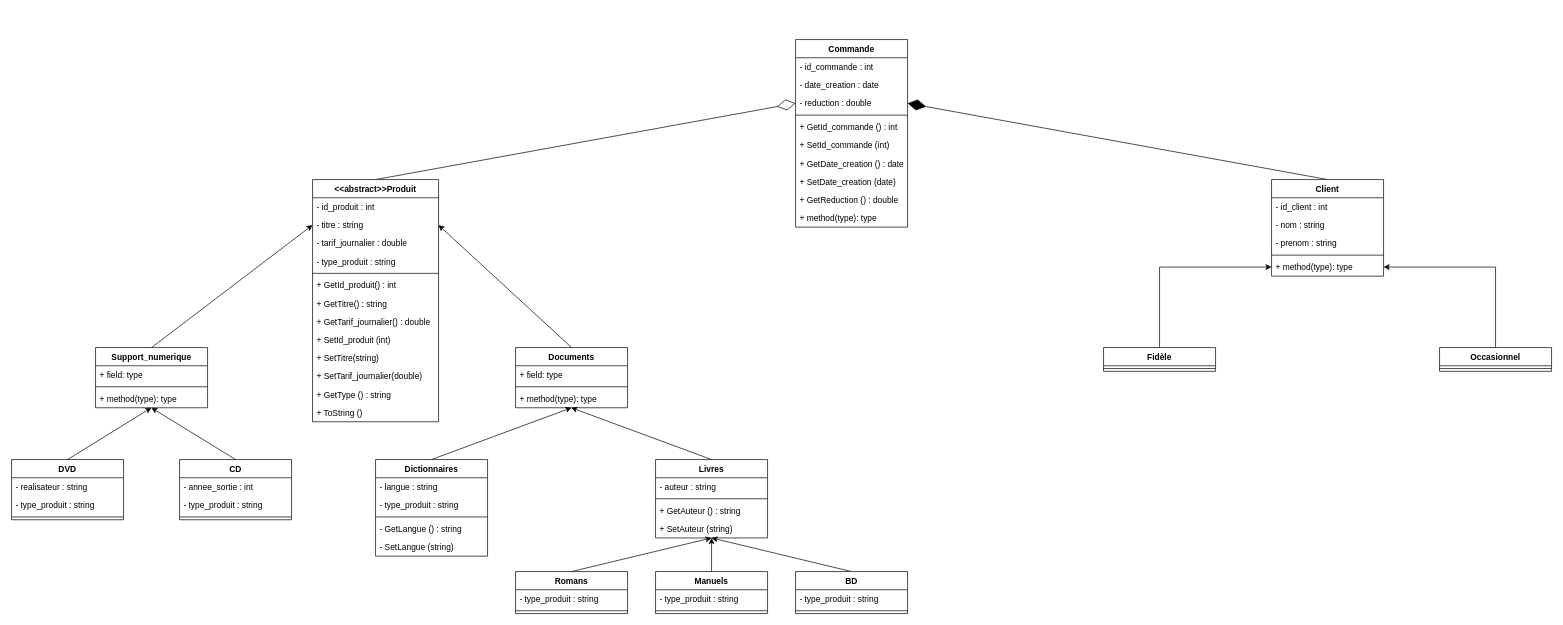
Harsisis/Java_project keeps this draw.io diagram as UML.drawio. Above is the earlier version. Source tidied: cells renumbered, new cells numbered last; positions are measured from the earlier drawing's top-left corner, leaving out a move shared by most shapes. Both pictures are drawn from the tidied source at 70%, with x=0, y=0 at pixel (11, 39).
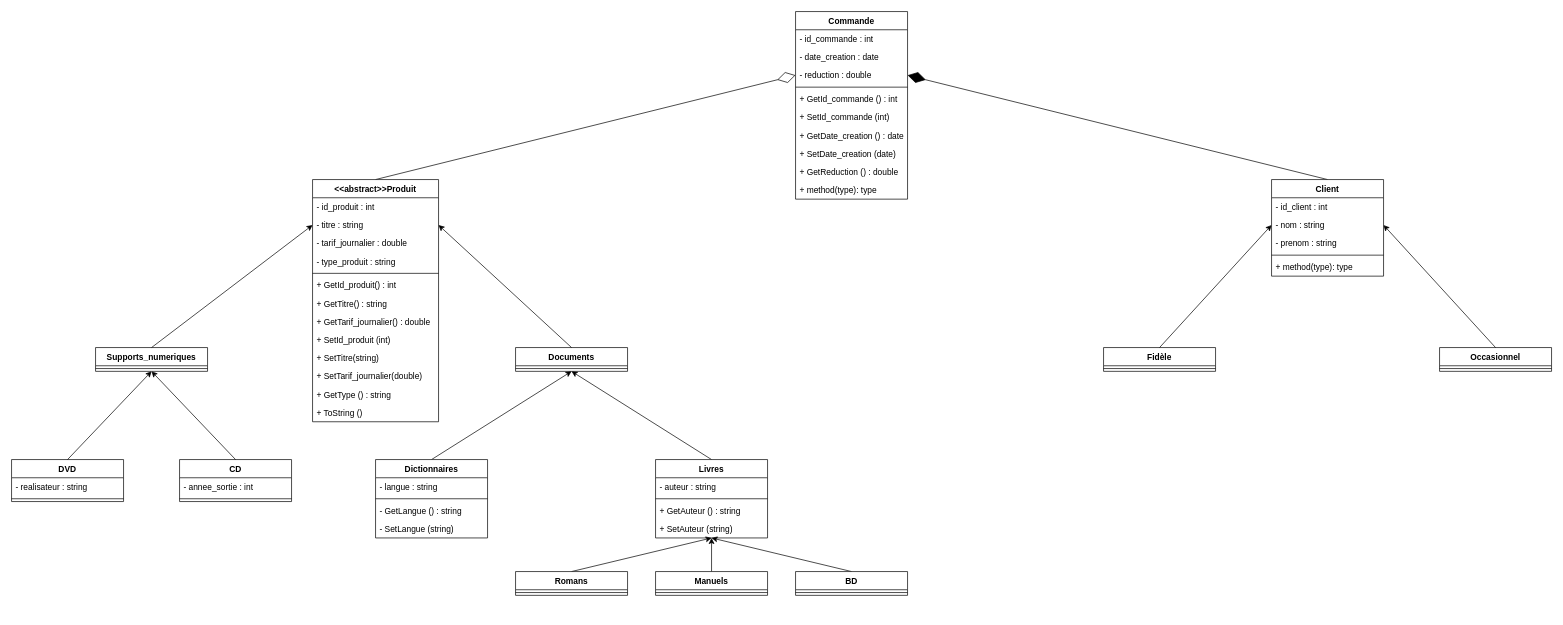
The same page after the edit.

Unchanged cells that the change refers to:
```xml
<mxCell id="78" value="- nom : string" style="text;strokeColor=none;fillColor=none;align=left;verticalAlign=top;spacingLeft=4;spacingRight=4;overflow=hidden;points=[[0,0.5],[1,0.5]];portConstraint=eastwest;" parent="76" vertex="1">
  <mxGeometry y="52" width="160" height="26" as="geometry" />
</mxCell>
<mxCell id="81" value="+ method(type): type" style="text;strokeColor=none;fillColor=none;align=left;verticalAlign=top;spacingLeft=4;spacingRight=4;overflow=hidden;points=[[0,0.5],[1,0.5]];portConstraint=eastwest;" parent="76" vertex="1">
  <mxGeometry y="112" width="160" height="26" as="geometry" />
</mxCell>
<mxCell id="82" value="Fidèle" style="swimlane;fontStyle=1;align=center;verticalAlign=top;horizontal=1;startSize=26;" parent="1" vertex="1">
  <mxGeometry x="1560" y="440" width="160" height="34" as="geometry" />
</mxCell>
<mxCell id="84" value="Occasionnel" style="swimlane;fontStyle=1;align=center;verticalAlign=top;horizontal=1;startSize=26;" parent="1" vertex="1">
  <mxGeometry x="2040" y="440" width="160" height="34" as="geometry" />
</mxCell>
```

What changed in the source:
```diff
@@
     <mxCell id="2" value="DVD" style="swimlane;fontStyle=1;align=center;verticalAlign=top;horizontal=1;startSize=26;" parent="1" vertex="1">
-      <mxGeometry y="600" width="160" height="86" as="geometry" />
+      <mxGeometry y="600" width="160" height="60" as="geometry" />
     </mxCell>
@@
-    <mxCell id="4" value="- type_produit : string" style="text;strokeColor=none;fillColor=none;align=left;verticalAlign=top;spacingLeft=4;spacingRight=4;overflow=hidden;" parent="2" vertex="1">
-      <mxGeometry y="52" width="160" height="26" as="geometry" />
-    </mxCell>
     <mxCell id="5" style="line;strokeWidth=1;fillColor=none;align=left;verticalAlign=middle;spacingTop=-1;spacingLeft=3;spacingRight=3;labelPosition=right;" parent="2" vertex="1">
-      <mxGeometry y="78" width="160" height="8" as="geometry" />
+      <mxGeometry y="52" width="160" height="8" as="geometry" />
     </mxCell>
     <mxCell id="6" value="CD" style="swimlane;fontStyle=1;align=center;verticalAlign=top;horizontal=1;startSize=26;" parent="1" vertex="1">
-      <mxGeometry x="240" y="600" width="160" height="86" as="geometry" />
+      <mxGeometry x="240" y="600" width="160" height="60" as="geometry" />
     </mxCell>
@@
-    <mxCell id="8" value="- type_produit : string" style="text;strokeColor=none;fillColor=none;align=left;verticalAlign=top;spacingLeft=4;spacingRight=4;overflow=hidden;" parent="6" vertex="1">
-      <mxGeometry y="52" width="160" height="26" as="geometry" />
-    </mxCell>
     <mxCell id="9" style="line;strokeWidth=1;fillColor=none;align=left;verticalAlign=middle;spacingTop=-1;spacingLeft=3;spacingRight=3;labelPosition=right;" parent="6" vertex="1">
-      <mxGeometry y="78" width="160" height="8" as="geometry" />
+      <mxGeometry y="52" width="160" height="8" as="geometry" />
     </mxCell>
-    <mxCell id="10" value="Support_numerique" style="swimlane;fontStyle=1;align=center;verticalAlign=top;horizontal=1;startSize=26;" parent="1" vertex="1">
-      <mxGeometry x="120" y="440" width="160" height="86" as="geometry" />
+    <mxCell id="10" value="Supports_numeriques" style="swimlane;fontStyle=1;align=center;verticalAlign=top;horizontal=1;startSize=26;" parent="1" vertex="1">
+      <mxGeometry x="120" y="440" width="160" height="34" as="geometry" />
     </mxCell>
-    <mxCell id="11" value="+ field: type" style="text;strokeColor=none;fillColor=none;align=left;verticalAlign=top;spacingLeft=4;spacingRight=4;overflow=hidden;" parent="10" vertex="1">
-      <mxGeometry y="26" width="160" height="26" as="geometry" />
-    </mxCell>
     <mxCell id="12" style="line;strokeWidth=1;fillColor=none;align=left;verticalAlign=middle;spacingTop=-1;spacingLeft=3;spacingRight=3;labelPosition=right;" parent="10" vertex="1">
-      <mxGeometry y="52" width="160" height="8" as="geometry" />
+      <mxGeometry y="26" width="160" height="8" as="geometry" />
     </mxCell>
-    <mxCell id="13" value="+ method(type): type" style="text;strokeColor=none;fillColor=none;align=left;verticalAlign=top;spacingLeft=4;spacingRight=4;overflow=hidden;" parent="10" vertex="1">
-      <mxGeometry y="60" width="160" height="26" as="geometry" />
-    </mxCell>
     <mxCell id="14" value="Documents" style="swimlane;fontStyle=1;align=center;verticalAlign=top;horizontal=1;startSize=26;" parent="1" vertex="1">
-      <mxGeometry x="720" y="440" width="160" height="86" as="geometry" />
+      <mxGeometry x="720" y="440" width="160" height="34" as="geometry" />
     </mxCell>
-    <mxCell id="15" value="+ field: type" style="text;strokeColor=none;fillColor=none;align=left;verticalAlign=top;spacingLeft=4;spacingRight=4;overflow=hidden;" parent="14" vertex="1">
-      <mxGeometry y="26" width="160" height="26" as="geometry" />
-    </mxCell>
     <mxCell id="16" style="line;strokeWidth=1;fillColor=none;align=left;verticalAlign=middle;spacingTop=-1;spacingLeft=3;spacingRight=3;labelPosition=right;" parent="14" vertex="1">
-      <mxGeometry y="52" width="160" height="8" as="geometry" />
+      <mxGeometry y="26" width="160" height="8" as="geometry" />
     </mxCell>
-    <mxCell id="17" value="+ method(type): type" style="text;strokeColor=none;fillColor=none;align=left;verticalAlign=top;spacingLeft=4;spacingRight=4;overflow=hidden;points=[[0,0.5],[1,0.5]];portConstraint=eastwest;" parent="14" vertex="1">
-      <mxGeometry y="60" width="160" height="26" as="geometry" />
-    </mxCell>
@@
-    <mxCell id="21" style="endArrow=classic;html=1;entryX=0.497;entryY=0.998;entryDx=0;entryDy=0;entryPerimeter=0;exitX=0.5;exitY=0;exitDx=0;exitDy=0;" parent="1" edge="1" source="57" target="17">
+    <mxCell id="21" style="endArrow=classic;html=1;entryX=0.5;entryY=1;entryDx=0;entryDy=0;exitX=0.5;exitY=0;exitDx=0;exitDy=0;" parent="1" edge="1" source="57" target="14">
       <mxGeometry relative="1" as="geometry" />
     </mxCell>
-    <mxCell id="22" style="endArrow=classic;html=1;exitX=0.5;exitY=0;exitDx=0;exitDy=0;" parent="1" edge="1" source="48">
-      <mxGeometry relative="1" as="geometry">
-        <mxPoint x="1000" y="712" as="targetPoint" />
-      </mxGeometry>
+    <mxCell id="22" style="endArrow=classic;html=1;exitX=0.5;exitY=0;exitDx=0;exitDy=0;entryX=0.5;entryY=1;entryDx=0;entryDy=0;" parent="1" edge="1" source="48" target="57">
+      <mxGeometry relative="1" as="geometry" />
     </mxCell>
@@
-    <mxCell id="24" style="endArrow=classic;html=1;exitX=0.5;exitY=0;exitDx=0;exitDy=0;" parent="1" edge="1" source="54">
-      <mxGeometry relative="1" as="geometry">
-        <mxPoint x="1000" y="712" as="targetPoint" />
-      </mxGeometry>
+    <mxCell id="24" style="endArrow=classic;html=1;exitX=0.5;exitY=0;exitDx=0;exitDy=0;entryX=0.5;entryY=1;entryDx=0;entryDy=0;" parent="1" edge="1" source="54" target="57">
+      <mxGeometry relative="1" as="geometry" />
     </mxCell>
-    <mxCell id="25" style="endArrow=classic;html=1;exitX=0.5;exitY=0;exitDx=0;exitDy=0;entryX=0.5;entryY=1;entryDx=0;entryDy=0;" parent="1" edge="1" source="6">
-      <mxGeometry relative="1" as="geometry">
-        <mxPoint x="199.8" y="526" as="targetPoint" />
-      </mxGeometry>
+    <mxCell id="25" style="endArrow=classic;html=1;exitX=0.5;exitY=0;exitDx=0;exitDy=0;entryX=0.5;entryY=1;entryDx=0;entryDy=0;" parent="1" edge="1" source="6" target="10">
+      <mxGeometry relative="1" as="geometry" />
     </mxCell>
-    <mxCell id="26" style="endArrow=classic;html=1;exitX=0.5;exitY=0;exitDx=0;exitDy=0;entryX=0.5;entryY=1;entryDx=0;entryDy=0;" parent="1" edge="1" source="2">
-      <mxGeometry relative="1" as="geometry">
-        <mxPoint x="199.8" y="526" as="targetPoint" />
-      </mxGeometry>
+    <mxCell id="26" style="endArrow=classic;html=1;exitX=0.5;exitY=0;exitDx=0;exitDy=0;entryX=0.5;entryY=1;entryDx=0;entryDy=0;" parent="1" edge="1" source="2" target="10">
+      <mxGeometry relative="1" as="geometry" />
     </mxCell>
-    <mxCell id="27" value="Commande" style="swimlane;fontStyle=1;align=center;verticalAlign=top;horizontal=1;startSize=26;" parent="1" vertex="1">
-      <mxGeometry x="1120" width="160" height="268" as="geometry" />
-    </mxCell>
-    <mxCell id="28" value="- id_commande : int" style="text;strokeColor=none;fillColor=none;align=left;verticalAlign=top;spacingLeft=4;spacingRight=4;overflow=hidden;" parent="27" vertex="1">
-      <mxGeometry y="26" width="160" height="26" as="geometry" />
-    </mxCell>
-    <mxCell id="29" value="- date_creation : date" style="text;strokeColor=none;fillColor=none;align=left;verticalAlign=top;spacingLeft=4;spacingRight=4;overflow=hidden;" parent="27" vertex="1">
-      <mxGeometry y="52" width="160" height="26" as="geometry" />
-    </mxCell>
-    <mxCell id="30" value="- reduction : double" style="text;strokeColor=none;fillColor=none;align=left;verticalAlign=top;spacingLeft=4;spacingRight=4;overflow=hidden;points=[[0,0.5],[1,0.5]];portConstraint=eastwest;" parent="27" vertex="1">
-      <mxGeometry y="78" width="160" height="26" as="geometry" />
-    </mxCell>
-    <mxCell id="31" style="line;strokeWidth=1;fillColor=none;align=left;verticalAlign=middle;spacingTop=-1;spacingLeft=3;spacingRight=3;labelPosition=right;" parent="27" vertex="1">
-      <mxGeometry y="104" width="160" height="8" as="geometry" />
-    </mxCell>
-    <mxCell id="32" value="+ GetId_commande () : int" style="text;strokeColor=none;fillColor=none;align=left;verticalAlign=top;spacingLeft=4;spacingRight=4;overflow=hidden;" parent="27" vertex="1">
-      <mxGeometry y="112" width="160" height="26" as="geometry" />
-    </mxCell>
-    <mxCell id="33" value="+ SetId_commande (int)" style="text;strokeColor=none;fillColor=none;align=left;verticalAlign=top;spacingLeft=4;spacingRight=4;overflow=hidden;" parent="27" vertex="1">
-      <mxGeometry y="138" width="160" height="26" as="geometry" />
-    </mxCell>
-    <mxCell id="34" value="+ GetDate_creation () : date" style="text;strokeColor=none;fillColor=none;align=left;verticalAlign=top;spacingLeft=4;spacingRight=4;overflow=hidden;" parent="27" vertex="1">
-      <mxGeometry y="164" width="160" height="26" as="geometry" />
-    </mxCell>
-    <mxCell id="35" value="+ SetDate_creation (date)" style="text;strokeColor=none;fillColor=none;align=left;verticalAlign=top;spacingLeft=4;spacingRight=4;overflow=hidden;" parent="27" vertex="1">
-      <mxGeometry y="190" width="160" height="26" as="geometry" />
-    </mxCell>
-    <mxCell id="36" value="+ GetReduction () : double" style="text;strokeColor=none;fillColor=none;align=left;verticalAlign=top;spacingLeft=4;spacingRight=4;overflow=hidden;" parent="27" vertex="1">
-      <mxGeometry y="216" width="160" height="26" as="geometry" />
-    </mxCell>
-    <mxCell id="37" value="+ method(type): type" style="text;strokeColor=none;fillColor=none;align=left;verticalAlign=top;spacingLeft=4;spacingRight=4;overflow=hidden;" parent="27" vertex="1">
-      <mxGeometry y="242" width="160" height="26" as="geometry" />
-    </mxCell>
@@
-    <mxCell id="40" style="edgeStyle=orthogonalEdgeStyle;rounded=0;jettySize=auto;html=1;entryX=0;entryY=0.5;entryDx=0;entryDy=0;" parent="1" edge="1" source="82" target="81">
-      <mxGeometry relative="1" as="geometry" />
-    </mxCell>
-    <mxCell id="41" style="edgeStyle=orthogonalEdgeStyle;rounded=0;jettySize=auto;html=1;entryX=1;entryY=0.5;entryDx=0;entryDy=0;" parent="1" edge="1" source="84" target="81">
-      <mxGeometry relative="1" as="geometry" />
-    </mxCell>
     <mxCell id="42" value="Dictionnaires" style="swimlane;fontStyle=1;align=center;verticalAlign=top;horizontal=1;startSize=26;" parent="1" vertex="1">
-      <mxGeometry x="520" y="600" width="160" height="138" as="geometry" />
+      <mxGeometry x="520" y="600" width="160" height="112" as="geometry" />
     </mxCell>
@@
-    <mxCell id="44" value="- type_produit : string" style="text;strokeColor=none;fillColor=none;align=left;verticalAlign=top;spacingLeft=4;spacingRight=4;overflow=hidden;" parent="42" vertex="1">
-      <mxGeometry y="52" width="160" height="26" as="geometry" />
-    </mxCell>
     <mxCell id="45" style="line;strokeWidth=1;fillColor=none;align=left;verticalAlign=middle;spacingTop=-1;spacingLeft=3;spacingRight=3;labelPosition=right;" parent="42" vertex="1">
-      <mxGeometry y="78" width="160" height="8" as="geometry" />
+      <mxGeometry y="52" width="160" height="8" as="geometry" />
     </mxCell>
     <mxCell id="46" value="- GetLangue () : string" style="text;strokeColor=none;fillColor=none;align=left;verticalAlign=top;spacingLeft=4;spacingRight=4;overflow=hidden;" parent="42" vertex="1">
-      <mxGeometry y="86" width="160" height="26" as="geometry" />
+      <mxGeometry y="60" width="160" height="26" as="geometry" />
     </mxCell>
     <mxCell id="47" value="- SetLangue (string)" style="text;strokeColor=none;fillColor=none;align=left;verticalAlign=top;spacingLeft=4;spacingRight=4;overflow=hidden;" parent="42" vertex="1">
-      <mxGeometry y="112" width="160" height="26" as="geometry" />
+      <mxGeometry y="86" width="160" height="26" as="geometry" />
     </mxCell>
     <mxCell id="48" value="BD" style="swimlane;fontStyle=1;align=center;verticalAlign=top;horizontal=1;startSize=26;" parent="1" vertex="1">
-      <mxGeometry x="1120" y="760" width="160" height="60" as="geometry" />
+      <mxGeometry x="1120" y="760" width="160" height="34" as="geometry" />
     </mxCell>
-    <mxCell id="49" value="- type_produit : string" style="text;strokeColor=none;fillColor=none;align=left;verticalAlign=top;spacingLeft=4;spacingRight=4;overflow=hidden;" parent="48" vertex="1">
-      <mxGeometry y="26" width="160" height="26" as="geometry" />
-    </mxCell>
     <mxCell id="50" style="line;strokeWidth=1;fillColor=none;align=left;verticalAlign=middle;spacingTop=-1;spacingLeft=3;spacingRight=3;labelPosition=right;" parent="48" vertex="1">
-      <mxGeometry y="52" width="160" height="8" as="geometry" />
+      <mxGeometry y="26" width="160" height="8" as="geometry" />
     </mxCell>
     <mxCell id="51" value="Manuels" style="swimlane;fontStyle=1;align=center;verticalAlign=top;horizontal=1;startSize=26;" parent="1" vertex="1">
-      <mxGeometry x="920" y="760" width="160" height="60" as="geometry" />
+      <mxGeometry x="920" y="760" width="160" height="34" as="geometry" />
     </mxCell>
-    <mxCell id="52" value="- type_produit : string" style="text;strokeColor=none;fillColor=none;align=left;verticalAlign=top;spacingLeft=4;spacingRight=4;overflow=hidden;" parent="51" vertex="1">
-      <mxGeometry y="26" width="160" height="26" as="geometry" />
-    </mxCell>
     <mxCell id="53" style="line;strokeWidth=1;fillColor=none;align=left;verticalAlign=middle;spacingTop=-1;spacingLeft=3;spacingRight=3;labelPosition=right;" parent="51" vertex="1">
-      <mxGeometry y="52" width="160" height="8" as="geometry" />
+      <mxGeometry y="26" width="160" height="8" as="geometry" />
     </mxCell>
     <mxCell id="54" value="Romans" style="swimlane;fontStyle=1;align=center;verticalAlign=top;horizontal=1;startSize=26;" parent="1" vertex="1">
-      <mxGeometry x="720" y="760" width="160" height="60" as="geometry" />
+      <mxGeometry x="720" y="760" width="160" height="34" as="geometry" />
     </mxCell>
-    <mxCell id="55" value="- type_produit : string" style="text;strokeColor=none;fillColor=none;align=left;verticalAlign=top;spacingLeft=4;spacingRight=4;overflow=hidden;" parent="54" vertex="1">
-      <mxGeometry y="26" width="160" height="26" as="geometry" />
-    </mxCell>
     <mxCell id="56" style="line;strokeWidth=1;fillColor=none;align=left;verticalAlign=middle;spacingTop=-1;spacingLeft=3;spacingRight=3;labelPosition=right;" parent="54" vertex="1">
-      <mxGeometry y="52" width="160" height="8" as="geometry" />
+      <mxGeometry y="26" width="160" height="8" as="geometry" />
     </mxCell>
-    <mxCell id="57" value="Livres" style="swimlane;fontStyle=1;align=center;verticalAlign=top;horizontal=1;startSize=26;" parent="1" vertex="1">
-      <mxGeometry x="920" y="600" width="160" height="112" as="geometry" />
-    </mxCell>
-    <mxCell id="58" value="- auteur : string" style="text;strokeColor=none;fillColor=none;align=left;verticalAlign=top;spacingLeft=4;spacingRight=4;overflow=hidden;" parent="57" vertex="1">
-      <mxGeometry y="26" width="160" height="26" as="geometry" />
-    </mxCell>
-    <mxCell id="59" style="line;strokeWidth=1;fillColor=none;align=left;verticalAlign=middle;spacingTop=-1;spacingLeft=3;spacingRight=3;labelPosition=right;" parent="57" vertex="1">
-      <mxGeometry y="52" width="160" height="8" as="geometry" />
-    </mxCell>
-    <mxCell id="60" value="+ GetAuteur () : string" style="text;strokeColor=none;fillColor=none;align=left;verticalAlign=top;spacingLeft=4;spacingRight=4;overflow=hidden;" parent="57" vertex="1">
-      <mxGeometry y="60" width="160" height="26" as="geometry" />
-    </mxCell>
-    <mxCell id="61" value="+ SetAuteur (string)" style="text;strokeColor=none;fillColor=none;align=left;verticalAlign=top;spacingLeft=4;spacingRight=4;overflow=hidden;" parent="57" vertex="1">
-      <mxGeometry y="86" width="160" height="26" as="geometry" />
-    </mxCell>
@@
+    <mxCell id="57" value="Livres" style="swimlane;fontStyle=1;align=center;verticalAlign=top;horizontal=1;startSize=26;fillColor=#ffffff;" parent="1" vertex="1">
+      <mxGeometry x="920" y="600" width="160" height="112" as="geometry" />
+    </mxCell>
+    <mxCell id="58" value="- auteur : string" style="text;strokeColor=none;fillColor=none;align=left;verticalAlign=top;spacingLeft=4;spacingRight=4;overflow=hidden;" parent="57" vertex="1">
+      <mxGeometry y="26" width="160" height="26" as="geometry" />
+    </mxCell>
+    <mxCell id="59" style="line;strokeWidth=1;fillColor=none;align=left;verticalAlign=middle;spacingTop=-1;spacingLeft=3;spacingRight=3;labelPosition=right;" parent="57" vertex="1">
+      <mxGeometry y="52" width="160" height="8" as="geometry" />
+    </mxCell>
+    <mxCell id="60" value="+ GetAuteur () : string" style="text;strokeColor=none;fillColor=none;align=left;verticalAlign=top;spacingLeft=4;spacingRight=4;overflow=hidden;" parent="57" vertex="1">
+      <mxGeometry y="60" width="160" height="26" as="geometry" />
+    </mxCell>
+    <mxCell id="61" value="+ SetAuteur (string)" style="text;strokeColor=none;fillColor=none;align=left;verticalAlign=top;spacingLeft=4;spacingRight=4;overflow=hidden;" parent="57" vertex="1">
+      <mxGeometry y="86" width="160" height="26" as="geometry" />
+    </mxCell>
+    <mxCell id="86" style="endArrow=classic;html=1;entryX=0;entryY=0.5;entryDx=0;entryDy=0;exitX=0.5;exitY=0;exitDx=0;exitDy=0;" parent="1" edge="1" source="82" target="78">
+      <mxGeometry relative="1" as="geometry" />
+    </mxCell>
+    <mxCell id="87" style="endArrow=classic;html=1;entryX=1;entryY=0.5;entryDx=0;entryDy=0;exitX=0.5;exitY=0;exitDx=0;exitDy=0;" parent="1" edge="1" source="84" target="78">
+      <mxGeometry relative="1" as="geometry" />
+    </mxCell>
+    <mxCell id="27" value="Commande" style="swimlane;fontStyle=1;align=center;verticalAlign=top;horizontal=1;startSize=26;" parent="1" vertex="1">
+      <mxGeometry x="1120" y="-40" width="160" height="268" as="geometry" />
+    </mxCell>
+    <mxCell id="28" value="- id_commande : int" style="text;strokeColor=none;fillColor=none;align=left;verticalAlign=top;spacingLeft=4;spacingRight=4;overflow=hidden;" parent="27" vertex="1">
+      <mxGeometry y="26" width="160" height="26" as="geometry" />
+    </mxCell>
+    <mxCell id="29" value="- date_creation : date" style="text;strokeColor=none;fillColor=none;align=left;verticalAlign=top;spacingLeft=4;spacingRight=4;overflow=hidden;" parent="27" vertex="1">
+      <mxGeometry y="52" width="160" height="26" as="geometry" />
+    </mxCell>
+    <mxCell id="30" value="- reduction : double" style="text;strokeColor=none;fillColor=none;align=left;verticalAlign=top;spacingLeft=4;spacingRight=4;overflow=hidden;points=[[0,0.5],[1,0.5]];portConstraint=eastwest;" parent="27" vertex="1">
+      <mxGeometry y="78" width="160" height="26" as="geometry" />
+    </mxCell>
+    <mxCell id="31" style="line;strokeWidth=1;fillColor=none;align=left;verticalAlign=middle;spacingTop=-1;spacingLeft=3;spacingRight=3;labelPosition=right;" parent="27" vertex="1">
+      <mxGeometry y="104" width="160" height="8" as="geometry" />
+    </mxCell>
+    <mxCell id="32" value="+ GetId_commande () : int" style="text;strokeColor=none;fillColor=none;align=left;verticalAlign=top;spacingLeft=4;spacingRight=4;overflow=hidden;" parent="27" vertex="1">
+      <mxGeometry y="112" width="160" height="26" as="geometry" />
+    </mxCell>
+    <mxCell id="33" value="+ SetId_commande (int)" style="text;strokeColor=none;fillColor=none;align=left;verticalAlign=top;spacingLeft=4;spacingRight=4;overflow=hidden;" parent="27" vertex="1">
+      <mxGeometry y="138" width="160" height="26" as="geometry" />
+    </mxCell>
+    <mxCell id="34" value="+ GetDate_creation () : date" style="text;strokeColor=none;fillColor=none;align=left;verticalAlign=top;spacingLeft=4;spacingRight=4;overflow=hidden;" parent="27" vertex="1">
+      <mxGeometry y="164" width="160" height="26" as="geometry" />
+    </mxCell>
+    <mxCell id="35" value="+ SetDate_creation (date)" style="text;strokeColor=none;fillColor=none;align=left;verticalAlign=top;spacingLeft=4;spacingRight=4;overflow=hidden;" parent="27" vertex="1">
+      <mxGeometry y="190" width="160" height="26" as="geometry" />
+    </mxCell>
+    <mxCell id="36" value="+ GetReduction () : double" style="text;strokeColor=none;fillColor=none;align=left;verticalAlign=top;spacingLeft=4;spacingRight=4;overflow=hidden;" parent="27" vertex="1">
+      <mxGeometry y="216" width="160" height="26" as="geometry" />
+    </mxCell>
+    <mxCell id="37" value="+ method(type): type" style="text;strokeColor=none;fillColor=none;align=left;verticalAlign=top;spacingLeft=4;spacingRight=4;overflow=hidden;" parent="27" vertex="1">
+      <mxGeometry y="242" width="160" height="26" as="geometry" />
+    </mxCell>
```
